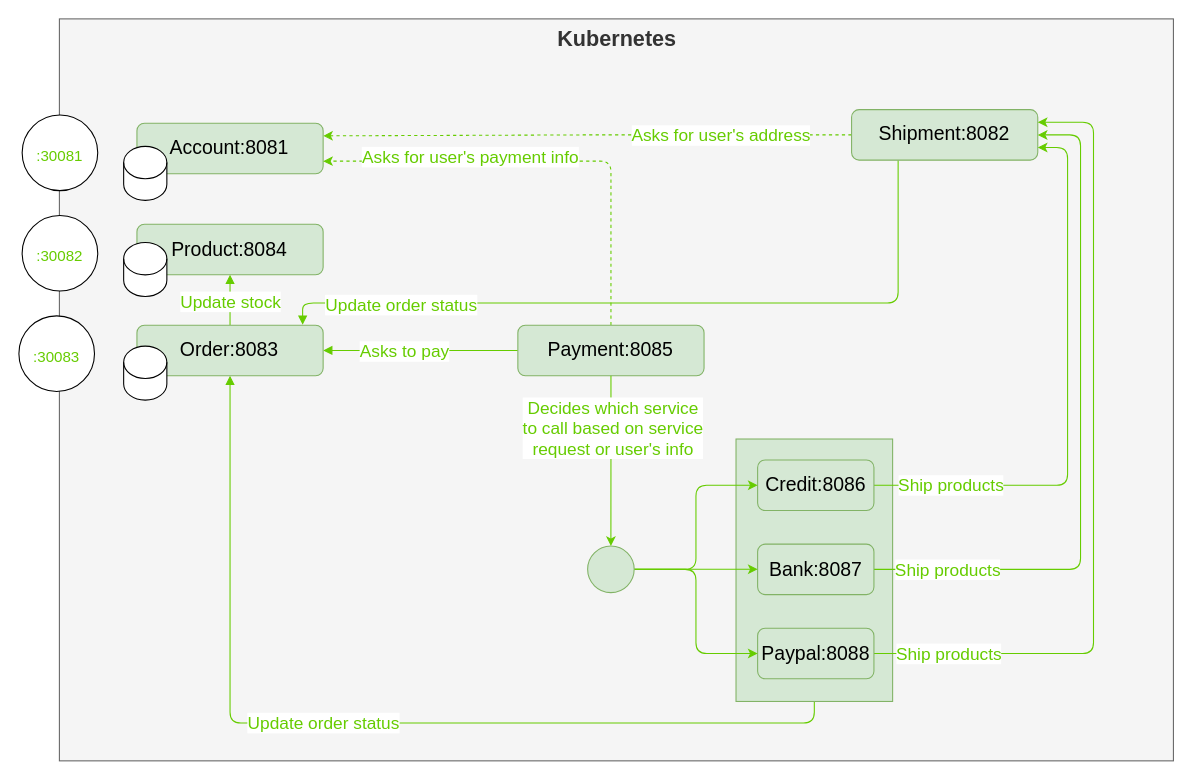
The draw.io diagram assignment.drawio in sainturb/miu-sa_rental-apartment, before the edit. Source tidied: cells renumbered, new cells numbered last; positions are measured from the earlier drawing's top-left corner, leaving out a move shared by most shapes. Both pictures are drawn from the tidied source at 108%, with x=0, y=0 at pixel (18, 18).
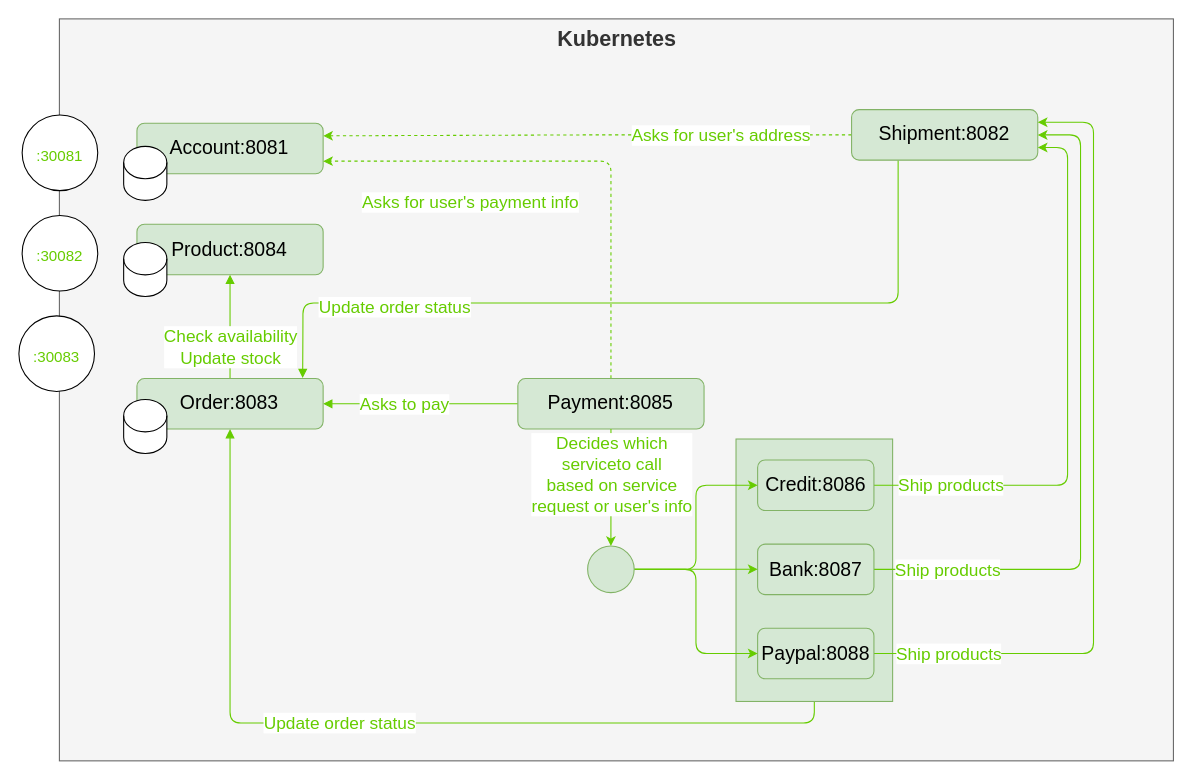
The same diagram, later.

Unchanged cells that the change refers to:
```xml
<mxCell id="8" style="edgeStyle=orthogonalEdgeStyle;rounded=1;jettySize=auto;html=1;exitX=0.25;exitY=1;exitDx=0;exitDy=0;strokeColor=#66CC00;fontSize=16;fontColor=#66CC00;startArrow=none;startFill=0;endArrow=block;endFill=1;entryX=0.89;entryY=-0.009;entryDx=0;entryDy=0;entryPerimeter=0;" parent="1" edge="1" source="10" target="23">
  <mxGeometry relative="1" as="geometry">
    <Array as="points">
      <mxPoint x="814" y="263" />
      <mxPoint x="263" y="263" />
      <mxPoint x="263" y="283" />
    </Array>
  </mxGeometry>
</mxCell>
<mxCell id="21" style="edgeStyle=orthogonalEdgeStyle;rounded=1;jettySize=auto;html=1;exitX=0.5;exitY=0;exitDx=0;exitDy=0;entryX=0.5;entryY=1;entryDx=0;entryDy=0;strokeColor=#66CC00;fontSize=16;fontColor=#66CC00;startArrow=none;startFill=0;endArrow=block;endFill=1;" parent="1" edge="1" source="23" target="18">
  <mxGeometry relative="1" as="geometry" />
</mxCell>
<mxCell id="34" style="edgeStyle=orthogonalEdgeStyle;rounded=1;jettySize=auto;html=1;exitX=0.5;exitY=1;exitDx=0;exitDy=0;strokeColor=#66CC00;" parent="1" edge="1" source="26" target="33">
  <mxGeometry relative="1" as="geometry" />
</mxCell>
```

Change to the diagram source:
```diff
@@
     <mxCell id="9" value="Update order status" style="edgeLabel;html=1;align=center;verticalAlign=middle;fontSize=16;fontColor=#66CC00;" parent="8" vertex="1">
       <mxGeometry x="0.68" y="-3" relative="1" as="geometry">
-        <mxPoint x="-2" y="4" as="offset" />
+        <mxPoint x="33" y="6" as="offset" />
       </mxGeometry>
     </mxCell>
@@
-    <mxCell id="22" value="Update stock" style="edgeLabel;html=1;align=center;verticalAlign=middle;fontSize=16;fontColor=#66CC00;" parent="21" vertex="1">
-      <mxGeometry x="-0.12" relative="1" as="geometry">
-        <mxPoint y="-1" as="offset" />
-      </mxGeometry>
-    </mxCell>
+    <mxCell id="42" value="Check availability&lt;br style=&quot;font-size: 16px;&quot;&gt;Update stock" style="edgeLabel;html=1;align=center;verticalAlign=middle;fontSize=16;fontColor=#66CC00;" parent="21" vertex="1">
+      <mxGeometry x="-0.19" relative="1" as="geometry">
+        <mxPoint y="9" as="offset" />
+      </mxGeometry>
+    </mxCell>
     <mxCell id="23" value="Order:8083" style="rounded=1;whiteSpace=wrap;html=1;fillColor=#d5e8d4;strokeColor=#82b366;fontSize=18;" parent="1" vertex="1">
-      <mxGeometry x="109.3" y="283.6" width="172.4" height="46.8" as="geometry" />
+      <mxGeometry x="109.3" y="333" width="172.4" height="46.8" as="geometry" />
     </mxCell>
@@
     <mxCell id="26" value="Payment:8085" style="rounded=1;whiteSpace=wrap;html=1;fillColor=#d5e8d4;strokeColor=#82b366;fontSize=18;" parent="1" vertex="1">
-      <mxGeometry x="462" y="283.6" width="172.4" height="46.8" as="geometry" />
+      <mxGeometry x="462" y="333" width="172.4" height="46.8" as="geometry" />
     </mxCell>
@@
-    <mxCell id="35" value="Decides which service &lt;br&gt;to call based on service &lt;br&gt;request or user's info" style="edgeLabel;html=1;align=center;verticalAlign=middle;fontSize=16;fontColor=#66CC00;" parent="34" vertex="1">
+    <mxCell id="35" value="Decides which &lt;br&gt;serviceto call &lt;br&gt;based on service &lt;br&gt;request or user's info" style="edgeLabel;html=1;align=center;verticalAlign=middle;fontSize=16;fontColor=#66CC00;" parent="34" vertex="1">
       <mxGeometry x="-0.41" y="1" relative="1" as="geometry">
-        <mxPoint y="1" as="offset" />
+        <mxPoint x="-1" y="10" as="offset" />
       </mxGeometry>
     </mxCell>
@@
     <mxCell id="38" style="shape=cylinder3;whiteSpace=wrap;html=1;boundedLbl=1;backgroundOutline=1;size=15;" parent="1" vertex="1">
-      <mxGeometry x="97" y="303" width="40" height="50" as="geometry" />
+      <mxGeometry x="97" y="352.4" width="40" height="50" as="geometry" />
     </mxCell>
```
